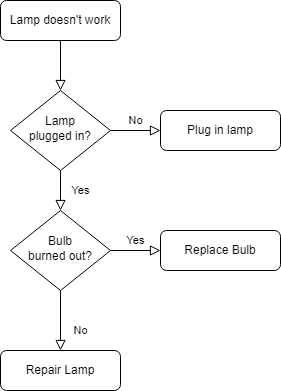
Before: Untitled Diagram.drawio.png, a diagram exported from draw.io (EvertonMDS/Fluxograma). Source tidied: cells renumbered, new cells last; positions are measured from the earlier drawing's top-left corner, leaving out a move shared by most shapes.
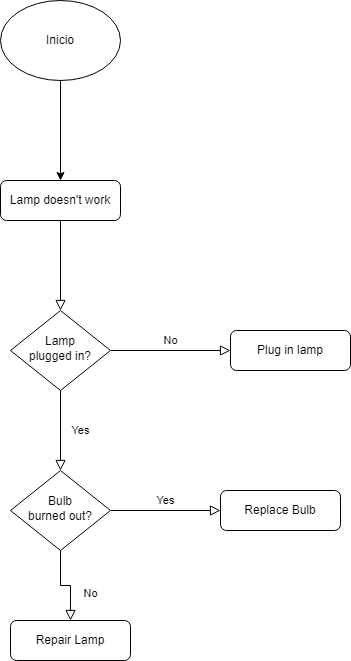
Later version of the same file.

Change to the diagram source:
```diff
@@ -6,7 +6,7 @@
       <mxGeometry relative="1" as="geometry" />
     </mxCell>
     <mxCell id="3" value="Lamp doesn't work" style="rounded=1;whiteSpace=wrap;html=1;fontSize=12;glass=0;strokeWidth=1;shadow=0;" parent="1" vertex="1">
-      <mxGeometry width="120" height="40" as="geometry" />
+      <mxGeometry x="-10" y="130" width="120" height="40" as="geometry" />
     </mxCell>
     <mxCell id="4" value="Yes" style="rounded=0;html=1;jettySize=auto;fontSize=11;endArrow=block;endFill=0;endSize=8;strokeWidth=1;shadow=0;labelBackgroundColor=none;edgeStyle=orthogonalEdgeStyle;" parent="1" edge="1" source="6" target="10">
       <mxGeometry y="20" relative="1" as="geometry" />
@@ -15,10 +15,10 @@
       <mxGeometry y="10" relative="1" as="geometry" />
     </mxCell>
     <mxCell id="6" value="Lamp&lt;br&gt;plugged in?" style="rhombus;whiteSpace=wrap;html=1;shadow=0;fontFamily=Helvetica;fontSize=12;align=center;strokeWidth=1;spacing=6;spacingTop=-4;" parent="1" vertex="1">
-      <mxGeometry x="10" y="90" width="100" height="80" as="geometry" />
+      <mxGeometry y="260" width="100" height="80" as="geometry" />
     </mxCell>
     <mxCell id="7" value="Plug in lamp" style="rounded=1;whiteSpace=wrap;html=1;fontSize=12;glass=0;strokeWidth=1;shadow=0;" parent="1" vertex="1">
-      <mxGeometry x="160" y="110" width="120" height="40" as="geometry" />
+      <mxGeometry x="220" y="280" width="120" height="40" as="geometry" />
     </mxCell>
     <mxCell id="8" value="No" style="rounded=0;html=1;jettySize=auto;fontSize=11;endArrow=block;endFill=0;endSize=8;strokeWidth=1;shadow=0;labelBackgroundColor=none;edgeStyle=orthogonalEdgeStyle;" parent="1" edge="1" source="10" target="11">
       <mxGeometry x="0.33" y="20" relative="1" as="geometry" />
@@ -27,13 +27,19 @@
       <mxGeometry y="10" relative="1" as="geometry" />
     </mxCell>
     <mxCell id="10" value="Bulb&lt;br&gt;burned out?" style="rhombus;whiteSpace=wrap;html=1;shadow=0;fontFamily=Helvetica;fontSize=12;align=center;strokeWidth=1;spacing=6;spacingTop=-4;" parent="1" vertex="1">
-      <mxGeometry x="10" y="210" width="100" height="80" as="geometry" />
+      <mxGeometry y="420" width="100" height="80" as="geometry" />
     </mxCell>
     <mxCell id="11" value="Repair Lamp" style="rounded=1;whiteSpace=wrap;html=1;fontSize=12;glass=0;strokeWidth=1;shadow=0;" parent="1" vertex="1">
-      <mxGeometry y="350" width="120" height="40" as="geometry" />
+      <mxGeometry y="570" width="120" height="40" as="geometry" />
     </mxCell>
     <mxCell id="12" value="Replace Bulb" style="rounded=1;whiteSpace=wrap;html=1;fontSize=12;glass=0;strokeWidth=1;shadow=0;" parent="1" vertex="1">
-      <mxGeometry x="160" y="230" width="120" height="40" as="geometry" />
+      <mxGeometry x="210" y="440" width="120" height="40" as="geometry" />
     </mxCell>
+    <mxCell id="13" style="edgeStyle=orthogonalEdgeStyle;rounded=0;jettySize=auto;html=1;" parent="1" edge="1" source="14" target="3">
+      <mxGeometry relative="1" as="geometry" />
+    </mxCell>
+    <mxCell id="14" value="Inicio" style="ellipse;whiteSpace=wrap;html=1;" parent="1" vertex="1">
+      <mxGeometry x="-10" y="-50" width="120" height="80" as="geometry" />
+    </mxCell>
   </root>
 </mxGraphModel>
```
